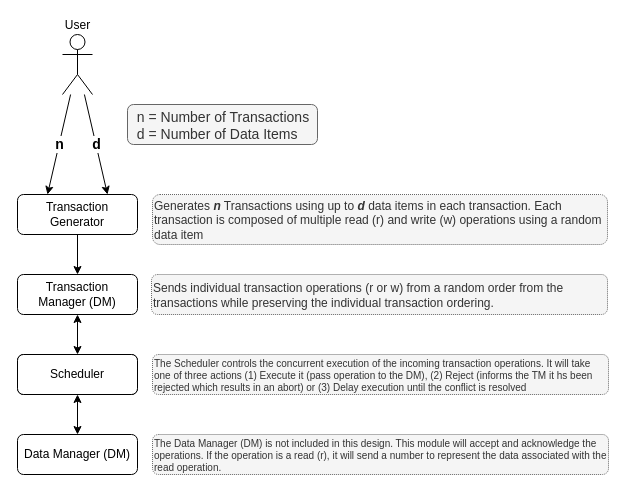
Earlier version of the draw.io diagram Design/CS 5570 Team4 Top Level Design.drawio (Rod-Skoglund/CS5570-Project). Source tidied: cells renumbered, new cells numbered last; positions are measured from the earlier drawing's top-left corner, leaving out a move shared by most shapes. Both pictures are drawn from the tidied source at 100%, with x=0, y=0 at pixel (17, 34).
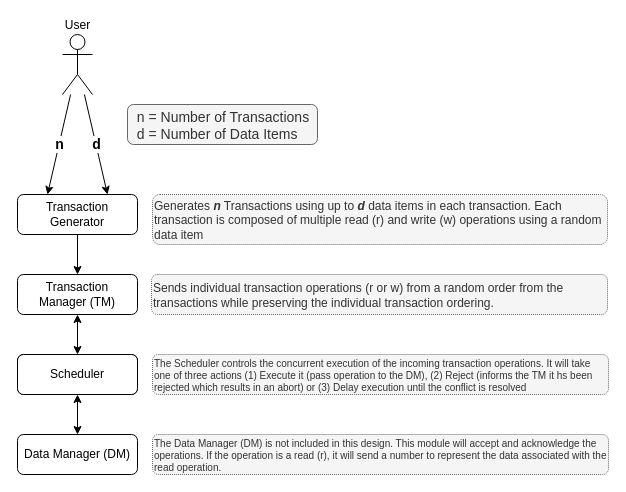
Above is the later version.

What changed in the source:
```diff
@@
 <mxGraphModel>
   <root>
     <mxCell id="0" />
     <mxCell id="1" parent="0" />
     <mxCell id="2" value="Transaction Generator" style="rounded=1;whiteSpace=wrap;html=1;fontSize=12;glass=0;strokeWidth=1;shadow=0;" parent="1" vertex="1">
       <mxGeometry y="160" width="120" height="40" as="geometry" />
     </mxCell>
     <mxCell id="3" value="Data Manager" style="rounded=1;whiteSpace=wrap;html=1;fontSize=12;glass=0;strokeWidth=1;shadow=0;" parent="1" vertex="1">
       <mxGeometry y="320" width="120" height="40" as="geometry" />
     </mxCell>
     <mxCell id="4" value="User" style="shape=umlActor;verticalLabelPosition=top;verticalAlign=bottom;html=1;outlineConnect=0;labelPosition=center;align=center;" parent="1" vertex="1">
       <mxGeometry x="45" width="30" height="60" as="geometry" />
     </mxCell>
     <mxCell id="5" value="n" style="endArrow=classic;html=1;fontSize=14;entryX=0.25;entryY=0;entryDx=0;entryDy=0;fontStyle=1;labelBorderColor=none;" parent="1" edge="1" source="4" target="2">
       <mxGeometry relative="1" as="geometry" />
     </mxCell>
     <mxCell id="6" style="endArrow=classic;html=1;fontSize=14;entryX=0.75;entryY=0;entryDx=0;entryDy=0;" parent="1" edge="1" source="4" target="2">
       <mxGeometry relative="1" as="geometry" />
     </mxCell>
     <mxCell id="7" value="d" style="edgeLabel;html=1;align=center;verticalAlign=middle;fontStyle=1;fontSize=14;" parent="6" vertex="1">
       <mxGeometry relative="1" as="geometry" />
     </mxCell>
     <mxCell id="8" value="Scheduler" style="rounded=1;whiteSpace=wrap;html=1;fontSize=12;glass=0;strokeWidth=1;shadow=0;" parent="1" vertex="1">
       <mxGeometry y="320" width="120" height="40" as="geometry" />
     </mxCell>
     <mxCell id="9" value="&amp;nbsp; n = Number of Transactions&lt;br&gt;&amp;nbsp; d = Number of Data Items" style="text;html=1;align=left;verticalAlign=middle;whiteSpace=wrap;rounded=1;fontSize=14;labelBorderColor=none;spacingTop=2;spacingLeft=0;spacingBottom=0;spacingRight=0;spacing=2;perimeterSpacing=0;strokeWidth=1;labelPadding=-1;fillColor=#f5f5f5;strokeColor=#666666;fontColor=#333333;" parent="1" vertex="1">
       <mxGeometry x="110" y="70" width="190" height="40" as="geometry" />
     </mxCell>
     <mxCell id="10" value="Data Manager (DM)" style="rounded=1;whiteSpace=wrap;html=1;fontSize=12;glass=0;strokeWidth=1;shadow=0;" parent="1" vertex="1">
       <mxGeometry y="400" width="120" height="40" as="geometry" />
     </mxCell>
     <mxCell id="11" style="endArrow=classic;startArrow=classic;html=1;fontSize=14;entryX=0.5;entryY=1;entryDx=0;entryDy=0;exitX=0.5;exitY=0;exitDx=0;exitDy=0;" parent="1" edge="1" source="8" target="14">
       <mxGeometry relative="1" as="geometry" />
     </mxCell>
     <mxCell id="12" style="endArrow=classic;startArrow=classic;html=1;fontSize=14;entryX=0.5;entryY=1;entryDx=0;entryDy=0;exitX=0.5;exitY=0;exitDx=0;exitDy=0;" parent="1" edge="1" source="10" target="8">
       <mxGeometry relative="1" as="geometry" />
     </mxCell>
     <mxCell id="13" value="Generates &lt;i style=&quot;font-size: 12px&quot;&gt;&lt;b style=&quot;font-size: 12px&quot;&gt;n&lt;/b&gt;&lt;/i&gt; Transactions using up to &lt;i style=&quot;font-size: 12px&quot;&gt;&lt;b style=&quot;font-size: 12px&quot;&gt;d&lt;/b&gt;&lt;/i&gt; data items in each transaction. Each transaction is composed of multiple read (r) and write (w) operations using a random data item" style="text;html=1;align=left;verticalAlign=middle;whiteSpace=wrap;rounded=1;fontSize=12;labelBorderColor=none;spacingTop=2;spacingLeft=0;spacingBottom=0;spacingRight=0;spacing=2;perimeterSpacing=0;strokeWidth=1;labelPadding=-1;fillColor=#f5f5f5;strokeColor=#666666;fontColor=#333333;dashed=1;dashPattern=1 1;" parent="1" vertex="1">
       <mxGeometry x="135" y="160" width="455" height="50" as="geometry" />
     </mxCell>
-    <mxCell id="14" value="Transaction &lt;br&gt;Manager (DM)" style="rounded=1;whiteSpace=wrap;html=1;fontSize=12;glass=0;strokeWidth=1;shadow=0;" parent="1" vertex="1">
+    <mxCell id="14" value="Transaction &lt;br&gt;Manager (TM)" style="rounded=1;whiteSpace=wrap;html=1;fontSize=12;glass=0;strokeWidth=1;shadow=0;" parent="1" vertex="1">
       <mxGeometry y="240" width="120" height="40" as="geometry" />
     </mxCell>
     <mxCell id="15" style="endArrow=classic;html=1;fontSize=14;exitX=0.5;exitY=1;exitDx=0;exitDy=0;entryX=0.5;entryY=0;entryDx=0;entryDy=0;" parent="1" edge="1" source="2" target="14">
       <mxGeometry relative="1" as="geometry" />
     </mxCell>
     <mxCell id="16" value="Sends individual transaction operations (r or w) from a random order from the transactions while preserving the individual transaction ordering." style="text;html=1;align=left;verticalAlign=middle;whiteSpace=wrap;rounded=1;fontSize=12;labelBorderColor=none;spacingTop=2;spacingLeft=0;spacingBottom=0;spacingRight=0;spacing=2;perimeterSpacing=0;strokeWidth=1;labelPadding=-1;fillColor=#f5f5f5;strokeColor=#666666;fontColor=#333333;dashed=1;dashPattern=1 1;" parent="1" vertex="1">
       <mxGeometry x="134" y="240" width="456" height="40" as="geometry" />
     </mxCell>
     <mxCell id="17" value="The Scheduler controls the concurrent execution of the incoming transaction operations. It will take one of three actions (1) Execute it (pass operation to the DM), (2) Reject (informs the TM it hs been rejected which results in an abort) or (3) Delay execution until the conflict is resolved" style="text;html=1;align=left;verticalAlign=middle;whiteSpace=wrap;rounded=1;fontSize=10;labelBorderColor=none;spacingTop=2;spacingLeft=0;spacingBottom=0;spacingRight=0;spacing=2;perimeterSpacing=0;strokeWidth=1;labelPadding=-1;fillColor=#f5f5f5;strokeColor=#666666;fontColor=#333333;dashed=1;dashPattern=1 1;" parent="1" vertex="1">
       <mxGeometry x="135" y="320" width="456" height="40" as="geometry" />
     </mxCell>
     <mxCell id="18" value="The Data Manager (DM) is not included in this design. This module will accept and acknowledge the operations. If the operation is a read (r), it will send a number to represent the data associated with the read operation." style="text;html=1;align=left;verticalAlign=middle;whiteSpace=wrap;rounded=1;fontSize=10;labelBorderColor=none;spacingTop=2;spacingLeft=0;spacingBottom=0;spacingRight=0;spacing=2;perimeterSpacing=0;strokeWidth=1;labelPadding=-1;fillColor=#f5f5f5;strokeColor=#666666;fontColor=#333333;dashed=1;dashPattern=1 1;" parent="1" vertex="1">
       <mxGeometry x="135" y="400" width="456" height="40" as="geometry" />
     </mxCell>
   </root>
 </mxGraphModel>
```
